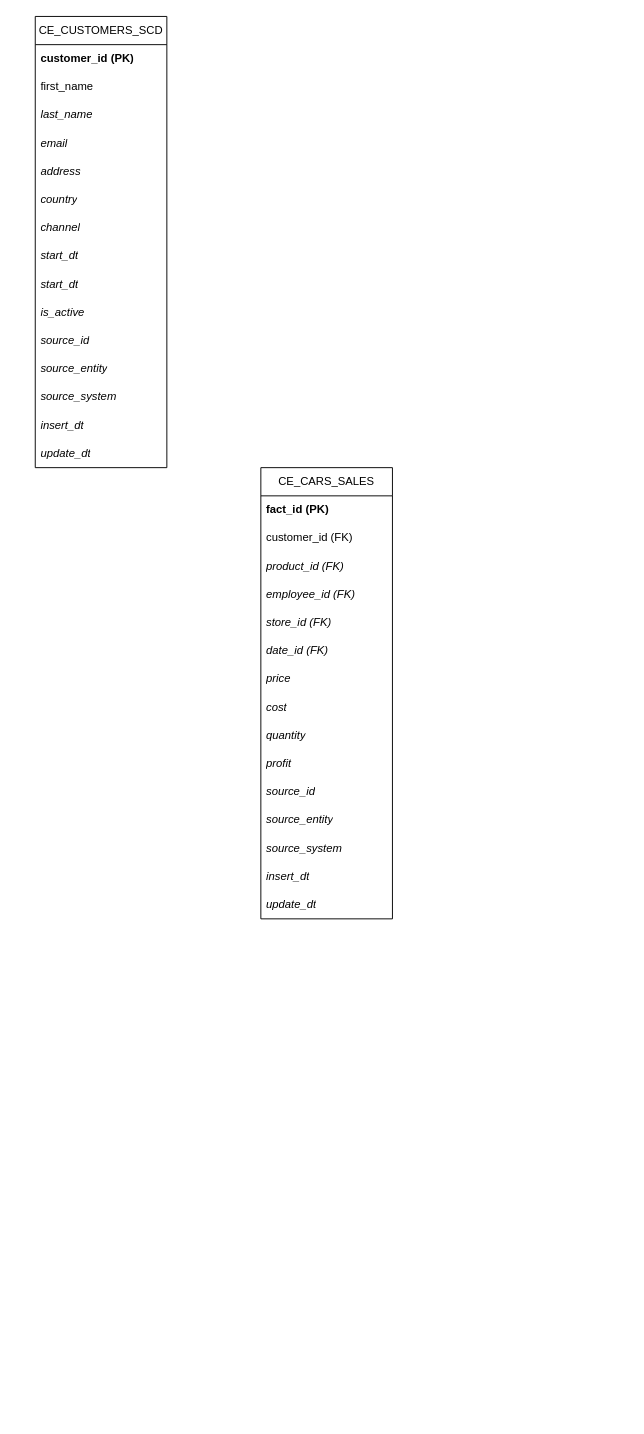
SergejusSG/git-demo1 keeps this draw.io diagram as Task3.drawio. Above is the earlier version. Source tidied: cells renumbered, new cells numbered last; positions are measured from the earlier drawing's top-left corner, leaving out a move shared by most shapes. Both pictures are drawn from the tidied source at 94%, with x=0, y=0 at pixel (35, 16).
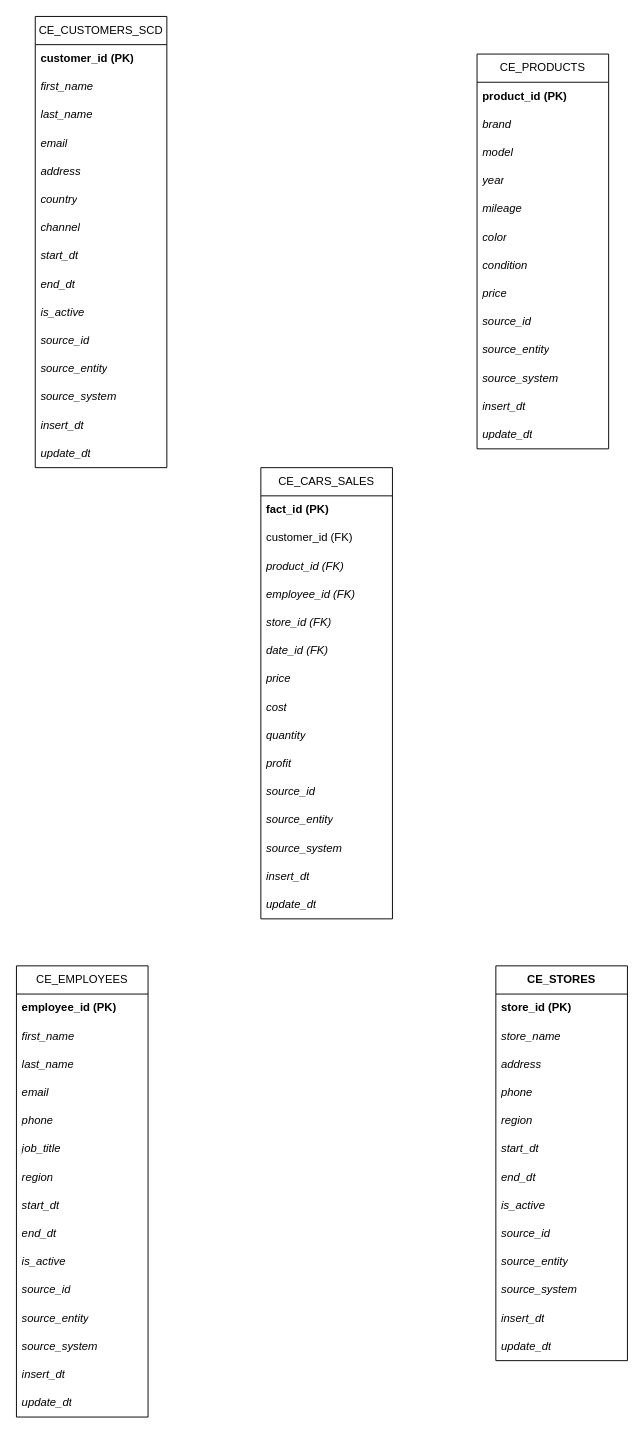
The same diagram, later.

Unchanged cells that the change refers to:
```xml
<mxCell id="18" value="CE_CUSTOMERS_SCD" style="swimlane;fontStyle=0;horizontal=1;startSize=30;whiteSpace=wrap;html=1;" parent="1" vertex="1">
  <mxGeometry width="140" height="480" as="geometry" />
</mxCell>
```

Diff of the diagram source:
```diff
@@
-    <mxCell id="20" value="first_name" style="text;strokeColor=none;fillColor=none;align=left;verticalAlign=middle;spacingLeft=4;spacingRight=4;overflow=hidden;whiteSpace=wrap;html=1;" parent="18" vertex="1">
+    <mxCell id="20" value="first_name" style="text;strokeColor=none;fillColor=none;align=left;verticalAlign=middle;spacingLeft=4;spacingRight=4;overflow=hidden;whiteSpace=wrap;html=1;fontStyle=2;" parent="18" vertex="1">
       <mxGeometry y="60" width="140" height="30" as="geometry" />
     </mxCell>
@@
-    <mxCell id="27" value="start_dt" style="text;strokeColor=none;fillColor=none;align=left;verticalAlign=middle;spacingLeft=4;spacingRight=4;overflow=hidden;whiteSpace=wrap;html=1;fontStyle=2;" parent="18" vertex="1">
+    <mxCell id="27" value="end_dt" style="text;strokeColor=none;fillColor=none;align=left;verticalAlign=middle;spacingLeft=4;spacingRight=4;overflow=hidden;whiteSpace=wrap;html=1;fontStyle=2;" parent="18" vertex="1">
       <mxGeometry y="270" width="140" height="30" as="geometry" />
     </mxCell>
@@
+    <mxCell id="34" value="CE_PRODUCTS" style="swimlane;fontStyle=0;horizontal=1;startSize=30;whiteSpace=wrap;html=1;" parent="1" vertex="1">
+      <mxGeometry x="470" y="40" width="140" height="420" as="geometry" />
+    </mxCell>
+    <mxCell id="35" value="&lt;b&gt;product_id (PK)&lt;/b&gt;" style="text;strokeColor=none;fillColor=none;align=left;verticalAlign=middle;spacingLeft=4;spacingRight=4;overflow=hidden;whiteSpace=wrap;html=1;" parent="34" vertex="1">
+      <mxGeometry y="30" width="140" height="30" as="geometry" />
+    </mxCell>
+    <mxCell id="36" value="brand" style="text;strokeColor=none;fillColor=none;align=left;verticalAlign=middle;spacingLeft=4;spacingRight=4;overflow=hidden;whiteSpace=wrap;html=1;fontStyle=2;" parent="34" vertex="1">
+      <mxGeometry y="60" width="140" height="30" as="geometry" />
+    </mxCell>
+    <mxCell id="37" value="model" style="text;strokeColor=none;fillColor=none;align=left;verticalAlign=middle;spacingLeft=4;spacingRight=4;overflow=hidden;whiteSpace=wrap;html=1;fontStyle=2;" parent="34" vertex="1">
+      <mxGeometry y="90" width="140" height="30" as="geometry" />
+    </mxCell>
+    <mxCell id="38" value="year" style="text;strokeColor=none;fillColor=none;align=left;verticalAlign=middle;spacingLeft=4;spacingRight=4;overflow=hidden;whiteSpace=wrap;html=1;fontStyle=2;" parent="34" vertex="1">
+      <mxGeometry y="120" width="140" height="30" as="geometry" />
+    </mxCell>
+    <mxCell id="39" value="mileage" style="text;strokeColor=none;fillColor=none;align=left;verticalAlign=middle;spacingLeft=4;spacingRight=4;overflow=hidden;whiteSpace=wrap;html=1;fontStyle=2;" parent="34" vertex="1">
+      <mxGeometry y="150" width="140" height="30" as="geometry" />
+    </mxCell>
+    <mxCell id="40" value="color" style="text;strokeColor=none;fillColor=none;align=left;verticalAlign=middle;spacingLeft=4;spacingRight=4;overflow=hidden;whiteSpace=wrap;html=1;fontStyle=2;" parent="34" vertex="1">
+      <mxGeometry y="180" width="140" height="30" as="geometry" />
+    </mxCell>
+    <mxCell id="41" value="condition" style="text;strokeColor=none;fillColor=none;align=left;verticalAlign=middle;spacingLeft=4;spacingRight=4;overflow=hidden;whiteSpace=wrap;html=1;fontStyle=2;" parent="34" vertex="1">
+      <mxGeometry y="210" width="140" height="30" as="geometry" />
+    </mxCell>
+    <mxCell id="42" value="price" style="text;strokeColor=none;fillColor=none;align=left;verticalAlign=middle;spacingLeft=4;spacingRight=4;overflow=hidden;whiteSpace=wrap;html=1;fontStyle=2;" parent="34" vertex="1">
+      <mxGeometry y="240" width="140" height="30" as="geometry" />
+    </mxCell>
+    <mxCell id="43" value="source_id" style="text;strokeColor=none;fillColor=none;align=left;verticalAlign=middle;spacingLeft=4;spacingRight=4;overflow=hidden;whiteSpace=wrap;html=1;fontStyle=2;" parent="34" vertex="1">
+      <mxGeometry y="270" width="140" height="30" as="geometry" />
+    </mxCell>
+    <mxCell id="44" value="source_entity" style="text;strokeColor=none;fillColor=none;align=left;verticalAlign=middle;spacingLeft=4;spacingRight=4;overflow=hidden;whiteSpace=wrap;html=1;fontStyle=2;" parent="34" vertex="1">
+      <mxGeometry y="300" width="140" height="30" as="geometry" />
+    </mxCell>
+    <mxCell id="45" value="source_system" style="text;strokeColor=none;fillColor=none;align=left;verticalAlign=middle;spacingLeft=4;spacingRight=4;overflow=hidden;whiteSpace=wrap;html=1;fontStyle=2;" parent="34" vertex="1">
+      <mxGeometry y="330" width="140" height="30" as="geometry" />
+    </mxCell>
+    <mxCell id="46" value="insert_dt" style="text;strokeColor=none;fillColor=none;align=left;verticalAlign=middle;spacingLeft=4;spacingRight=4;overflow=hidden;whiteSpace=wrap;html=1;fontStyle=2;" parent="34" vertex="1">
+      <mxGeometry y="360" width="140" height="30" as="geometry" />
+    </mxCell>
+    <mxCell id="47" value="update_dt" style="text;strokeColor=none;fillColor=none;align=left;verticalAlign=middle;spacingLeft=4;spacingRight=4;overflow=hidden;whiteSpace=wrap;html=1;fontStyle=2;" parent="34" vertex="1">
+      <mxGeometry y="390" width="140" height="30" as="geometry" />
+    </mxCell>
+    <mxCell id="48" value="CE_EMPLOYEES" style="swimlane;fontStyle=0;horizontal=1;startSize=30;whiteSpace=wrap;html=1;" parent="1" vertex="1">
+      <mxGeometry x="-20" y="1010" width="140" height="480" as="geometry" />
+    </mxCell>
+    <mxCell id="49" value="&lt;b&gt;employee_id (PK)&lt;/b&gt;" style="text;strokeColor=none;fillColor=none;align=left;verticalAlign=middle;spacingLeft=4;spacingRight=4;overflow=hidden;whiteSpace=wrap;html=1;" parent="48" vertex="1">
+      <mxGeometry y="30" width="140" height="30" as="geometry" />
+    </mxCell>
+    <mxCell id="50" value="first_name" style="text;strokeColor=none;fillColor=none;align=left;verticalAlign=middle;spacingLeft=4;spacingRight=4;overflow=hidden;whiteSpace=wrap;html=1;fontStyle=2;" parent="48" vertex="1">
+      <mxGeometry y="60" width="140" height="30" as="geometry" />
+    </mxCell>
+    <mxCell id="51" value="last_name" style="text;strokeColor=none;fillColor=none;align=left;verticalAlign=middle;spacingLeft=4;spacingRight=4;overflow=hidden;whiteSpace=wrap;html=1;fontStyle=2;" parent="48" vertex="1">
+      <mxGeometry y="90" width="140" height="30" as="geometry" />
+    </mxCell>
+    <mxCell id="52" value="email" style="text;strokeColor=none;fillColor=none;align=left;verticalAlign=middle;spacingLeft=4;spacingRight=4;overflow=hidden;whiteSpace=wrap;html=1;fontStyle=2;" parent="48" vertex="1">
+      <mxGeometry y="120" width="140" height="30" as="geometry" />
+    </mxCell>
+    <mxCell id="53" value="phone" style="text;strokeColor=none;fillColor=none;align=left;verticalAlign=middle;spacingLeft=4;spacingRight=4;overflow=hidden;whiteSpace=wrap;html=1;fontStyle=2;" parent="48" vertex="1">
+      <mxGeometry y="150" width="140" height="30" as="geometry" />
+    </mxCell>
+    <mxCell id="54" value="job_title" style="text;strokeColor=none;fillColor=none;align=left;verticalAlign=middle;spacingLeft=4;spacingRight=4;overflow=hidden;whiteSpace=wrap;html=1;fontStyle=2;" parent="48" vertex="1">
+      <mxGeometry y="180" width="140" height="30" as="geometry" />
+    </mxCell>
+    <mxCell id="55" value="region" style="text;strokeColor=none;fillColor=none;align=left;verticalAlign=middle;spacingLeft=4;spacingRight=4;overflow=hidden;whiteSpace=wrap;html=1;fontStyle=2;" parent="48" vertex="1">
+      <mxGeometry y="210" width="140" height="30" as="geometry" />
+    </mxCell>
+    <mxCell id="56" value="start_dt" style="text;strokeColor=none;fillColor=none;align=left;verticalAlign=middle;spacingLeft=4;spacingRight=4;overflow=hidden;whiteSpace=wrap;html=1;fontStyle=2;" parent="48" vertex="1">
+      <mxGeometry y="240" width="140" height="30" as="geometry" />
+    </mxCell>
+    <mxCell id="57" value="end_dt" style="text;strokeColor=none;fillColor=none;align=left;verticalAlign=middle;spacingLeft=4;spacingRight=4;overflow=hidden;whiteSpace=wrap;html=1;fontStyle=2;" parent="48" vertex="1">
+      <mxGeometry y="270" width="140" height="30" as="geometry" />
+    </mxCell>
+    <mxCell id="58" value="is_active" style="text;strokeColor=none;fillColor=none;align=left;verticalAlign=middle;spacingLeft=4;spacingRight=4;overflow=hidden;whiteSpace=wrap;html=1;fontStyle=2;" parent="48" vertex="1">
+      <mxGeometry y="300" width="140" height="30" as="geometry" />
+    </mxCell>
+    <mxCell id="59" value="source_id" style="text;strokeColor=none;fillColor=none;align=left;verticalAlign=middle;spacingLeft=4;spacingRight=4;overflow=hidden;whiteSpace=wrap;html=1;fontStyle=2;" parent="48" vertex="1">
+      <mxGeometry y="330" width="140" height="30" as="geometry" />
+    </mxCell>
+    <mxCell id="60" value="source_entity" style="text;strokeColor=none;fillColor=none;align=left;verticalAlign=middle;spacingLeft=4;spacingRight=4;overflow=hidden;whiteSpace=wrap;html=1;fontStyle=2;" parent="48" vertex="1">
+      <mxGeometry y="360" width="140" height="30" as="geometry" />
+    </mxCell>
+    <mxCell id="61" value="source_system" style="text;strokeColor=none;fillColor=none;align=left;verticalAlign=middle;spacingLeft=4;spacingRight=4;overflow=hidden;whiteSpace=wrap;html=1;fontStyle=2;" parent="48" vertex="1">
+      <mxGeometry y="390" width="140" height="30" as="geometry" />
+    </mxCell>
+    <mxCell id="62" value="insert_dt" style="text;strokeColor=none;fillColor=none;align=left;verticalAlign=middle;spacingLeft=4;spacingRight=4;overflow=hidden;whiteSpace=wrap;html=1;fontStyle=2;" parent="48" vertex="1">
+      <mxGeometry y="420" width="140" height="30" as="geometry" />
+    </mxCell>
+    <mxCell id="63" value="update_dt" style="text;strokeColor=none;fillColor=none;align=left;verticalAlign=middle;spacingLeft=4;spacingRight=4;overflow=hidden;whiteSpace=wrap;html=1;fontStyle=2;" parent="48" vertex="1">
+      <mxGeometry y="450" width="140" height="30" as="geometry" />
+    </mxCell>
+    <mxCell id="64" value="&lt;b&gt;CE_STORES&lt;/b&gt;" style="swimlane;fontStyle=0;horizontal=1;startSize=30;whiteSpace=wrap;html=1;" parent="1" vertex="1">
+      <mxGeometry x="490" y="1010" width="140" height="420" as="geometry" />
+    </mxCell>
+    <mxCell id="65" value="&lt;b&gt;store_id (PK)&lt;/b&gt;" style="text;strokeColor=none;fillColor=none;align=left;verticalAlign=middle;spacingLeft=4;spacingRight=4;overflow=hidden;whiteSpace=wrap;html=1;" parent="64" vertex="1">
+      <mxGeometry y="30" width="140" height="30" as="geometry" />
+    </mxCell>
+    <mxCell id="66" value="store_name" style="text;strokeColor=none;fillColor=none;align=left;verticalAlign=middle;spacingLeft=4;spacingRight=4;overflow=hidden;whiteSpace=wrap;html=1;fontStyle=2;" parent="64" vertex="1">
+      <mxGeometry y="60" width="140" height="30" as="geometry" />
+    </mxCell>
+    <mxCell id="67" value="address" style="text;strokeColor=none;fillColor=none;align=left;verticalAlign=middle;spacingLeft=4;spacingRight=4;overflow=hidden;whiteSpace=wrap;html=1;fontStyle=2;" parent="64" vertex="1">
+      <mxGeometry y="90" width="140" height="30" as="geometry" />
+    </mxCell>
+    <mxCell id="68" value="phone" style="text;strokeColor=none;fillColor=none;align=left;verticalAlign=middle;spacingLeft=4;spacingRight=4;overflow=hidden;whiteSpace=wrap;html=1;fontStyle=2;" parent="64" vertex="1">
+      <mxGeometry y="120" width="140" height="30" as="geometry" />
+    </mxCell>
+    <mxCell id="69" value="region" style="text;strokeColor=none;fillColor=none;align=left;verticalAlign=middle;spacingLeft=4;spacingRight=4;overflow=hidden;whiteSpace=wrap;html=1;fontStyle=2;" parent="64" vertex="1">
+      <mxGeometry y="150" width="140" height="30" as="geometry" />
+    </mxCell>
+    <mxCell id="70" value="start_dt" style="text;strokeColor=none;fillColor=none;align=left;verticalAlign=middle;spacingLeft=4;spacingRight=4;overflow=hidden;whiteSpace=wrap;html=1;fontStyle=2;" parent="64" vertex="1">
+      <mxGeometry y="180" width="140" height="30" as="geometry" />
+    </mxCell>
+    <mxCell id="71" value="end_dt" style="text;strokeColor=none;fillColor=none;align=left;verticalAlign=middle;spacingLeft=4;spacingRight=4;overflow=hidden;whiteSpace=wrap;html=1;fontStyle=2;" parent="64" vertex="1">
+      <mxGeometry y="210" width="140" height="30" as="geometry" />
+    </mxCell>
+    <mxCell id="72" value="is_active" style="text;strokeColor=none;fillColor=none;align=left;verticalAlign=middle;spacingLeft=4;spacingRight=4;overflow=hidden;whiteSpace=wrap;html=1;fontStyle=2;" parent="64" vertex="1">
+      <mxGeometry y="240" width="140" height="30" as="geometry" />
+    </mxCell>
+    <mxCell id="73" value="source_id" style="text;strokeColor=none;fillColor=none;align=left;verticalAlign=middle;spacingLeft=4;spacingRight=4;overflow=hidden;whiteSpace=wrap;html=1;fontStyle=2;" parent="64" vertex="1">
+      <mxGeometry y="270" width="140" height="30" as="geometry" />
+    </mxCell>
+    <mxCell id="74" value="source_entity" style="text;strokeColor=none;fillColor=none;align=left;verticalAlign=middle;spacingLeft=4;spacingRight=4;overflow=hidden;whiteSpace=wrap;html=1;fontStyle=2;" parent="64" vertex="1">
+      <mxGeometry y="300" width="140" height="30" as="geometry" />
+    </mxCell>
+    <mxCell id="75" value="source_system" style="text;strokeColor=none;fillColor=none;align=left;verticalAlign=middle;spacingLeft=4;spacingRight=4;overflow=hidden;whiteSpace=wrap;html=1;fontStyle=2;" parent="64" vertex="1">
+      <mxGeometry y="330" width="140" height="30" as="geometry" />
+    </mxCell>
+    <mxCell id="76" value="insert_dt" style="text;strokeColor=none;fillColor=none;align=left;verticalAlign=middle;spacingLeft=4;spacingRight=4;overflow=hidden;whiteSpace=wrap;html=1;fontStyle=2;" parent="64" vertex="1">
+      <mxGeometry y="360" width="140" height="30" as="geometry" />
+    </mxCell>
+    <mxCell id="77" value="update_dt" style="text;strokeColor=none;fillColor=none;align=left;verticalAlign=middle;spacingLeft=4;spacingRight=4;overflow=hidden;whiteSpace=wrap;html=1;fontStyle=2;" parent="64" vertex="1">
+      <mxGeometry y="390" width="140" height="30" as="geometry" />
+    </mxCell>
```
